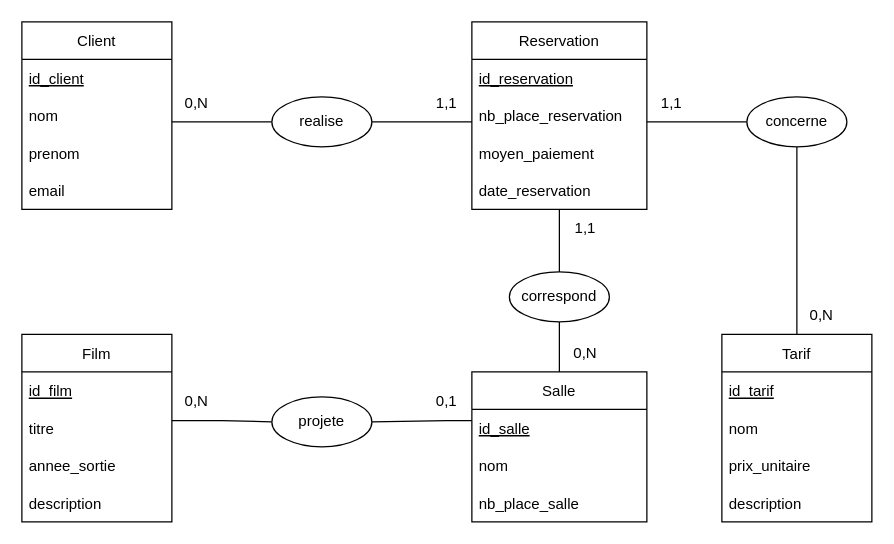
Above: BaseDeDonnee/MCD/MCD KUT-Cinema.drawio in Arviik/KUT-Cinema (draw.io), before the change. Source tidied: cells renumbered, new cells numbered last; positions are measured from the earlier drawing's top-left corner, leaving out a move shared by most shapes. Both pictures are drawn from the tidied source at 125%, with x=0, y=0 at pixel (21, 21).
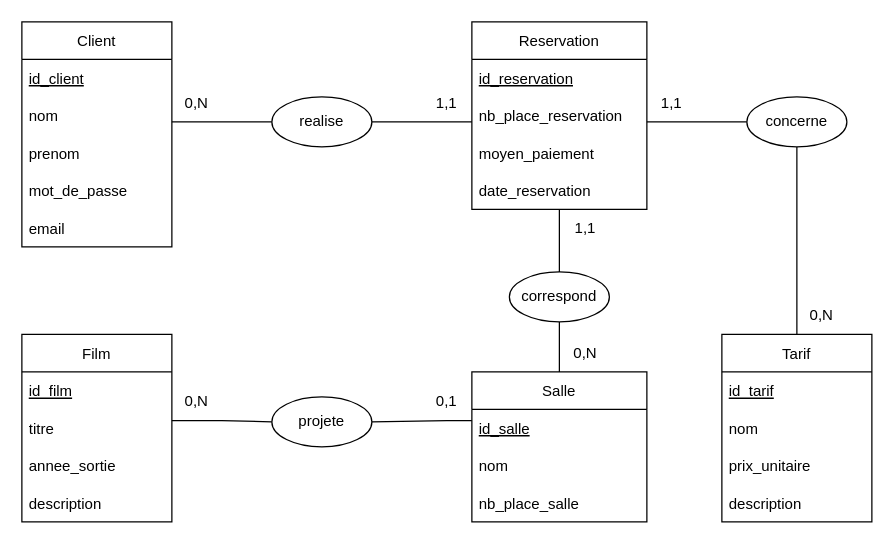
The same diagram, later.

Change to the diagram source:
```diff
@@
     <mxCell id="3" value="Client" style="swimlane;fontStyle=0;horizontal=1;startSize=30;" parent="1" vertex="1">
-      <mxGeometry width="120" height="150" as="geometry" />
+      <mxGeometry width="120" height="180" as="geometry" />
     </mxCell>
@@
+    <mxCell id="46" value="mot_de_passe" style="text;strokeColor=none;fillColor=none;align=left;verticalAlign=middle;spacingLeft=4;spacingRight=4;overflow=hidden;" parent="3" vertex="1">
+      <mxGeometry y="120" width="120" height="30" as="geometry" />
+    </mxCell>
     <mxCell id="7" value="email" style="text;strokeColor=none;fillColor=none;align=left;verticalAlign=middle;spacingLeft=4;spacingRight=4;overflow=hidden;" parent="3" vertex="1">
-      <mxGeometry y="120" width="120" height="30" as="geometry" />
+      <mxGeometry y="150" width="120" height="30" as="geometry" />
     </mxCell>
```
